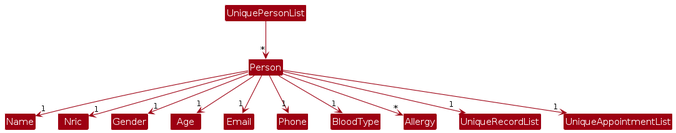
This is diagrams/PersonClassDiagram.png from ryanongwx/tp, a PlantUML export, as it was before one commit. Its source is kept beside it as diagrams/PersonClassDiagram.puml. Source of this version:
```plantuml
@startuml
!include style.puml
skinparam ArrowFontStyle plain
skinparam arrowThickness 1.1
skinparam arrowColor MODEL_COLOR
skinparam classBackgroundColor MODEL_COLOR

UniquePersonList -down-> "*" Person
Person -down-> "1" Name
Person -down-> "1" Nric
Person -down-> "1" Gender
Person -down-> "1" Age
Person -down-> "1" Email
Person -down-> "1" Phone
Person -down-> "1" BloodType
Person -down-> "*" Allergy
Person -down-> "1" UniqueRecordList
Person -down-> "1" UniqueAppointmentList

@enduml
```
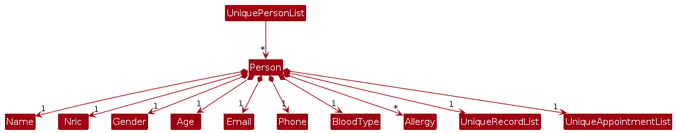
The same diagram one commit later.

The edit, as a diff of the source:
```diff
@@ -6,15 +6,15 @@
 skinparam classBackgroundColor MODEL_COLOR
 
 UniquePersonList -down-> "*" Person
-Person -down-> "1" Name
-Person -down-> "1" Nric
-Person -down-> "1" Gender
-Person -down-> "1" Age
-Person -down-> "1" Email
-Person -down-> "1" Phone
-Person -down-> "1" BloodType
-Person -down-> "*" Allergy
-Person -down-> "1" UniqueRecordList
-Person -down-> "1" UniqueAppointmentList
+Person *-down-> "1" Name
+Person *-down-> "1" Nric
+Person *-down-> "1" Gender
+Person *-down-> "1" Age
+Person *-down-> "1" Email
+Person *-down-> "1" Phone
+Person *-down-> "1" BloodType
+Person *-down-> "*" Allergy
+Person *-down-> "1" UniqueRecordList
+Person *-down-> "1" UniqueAppointmentList
 
 @enduml
```
